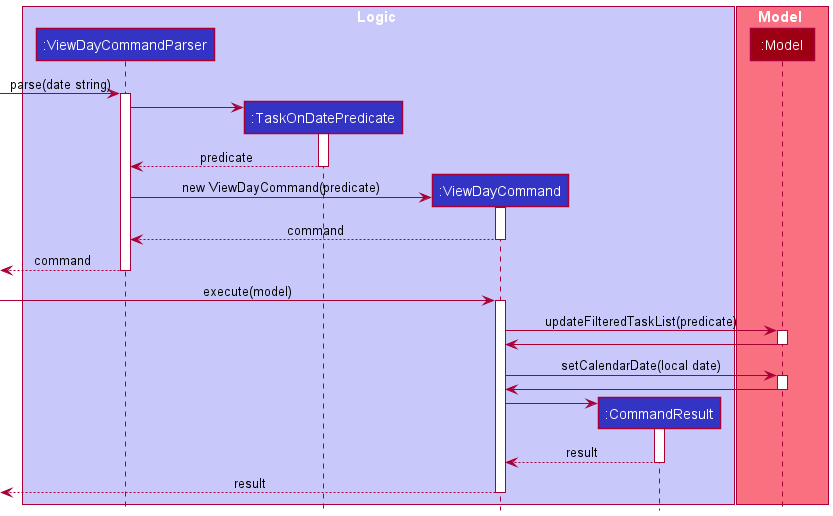
Earlier version of the PlantUML export docs/images/ViewDateSequenceDiagram.png (nus-cs2103-AY2021S2/tp).
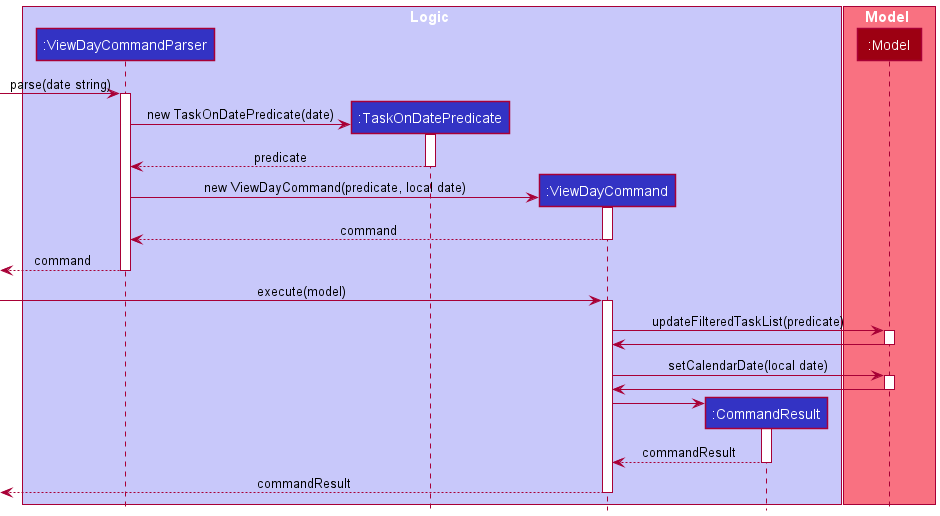
The same diagram one commit later.

What changed in the source:
```diff
@@ -16,14 +16,14 @@
 activate ViewDayCommandParser
 
 create TaskOnDatePredicate
-ViewDayCommandParser -> TaskOnDatePredicate
+ViewDayCommandParser -> TaskOnDatePredicate : new TaskOnDatePredicate(date)
 activate TaskOnDatePredicate
 
 TaskOnDatePredicate --> ViewDayCommandParser : predicate
 deactivate TaskOnDatePredicate
 
 create ViewDayCommand
-ViewDayCommandParser -> ViewDayCommand : new ViewDayCommand(predicate)
+ViewDayCommandParser -> ViewDayCommand : new ViewDayCommand(predicate, local date)
 activate ViewDayCommand
 
 ViewDayCommand --> ViewDayCommandParser : command
@@ -51,9 +51,9 @@
 ViewDayCommand -> CommandResult
 activate CommandResult
 
-CommandResult --> ViewDayCommand : result
+CommandResult --> ViewDayCommand : commandResult
 deactivate CommandResult
 
-[<--ViewDayCommand : result
+[<--ViewDayCommand : commandResult
 deactivate ViewDayCommand
 @enduml
```
